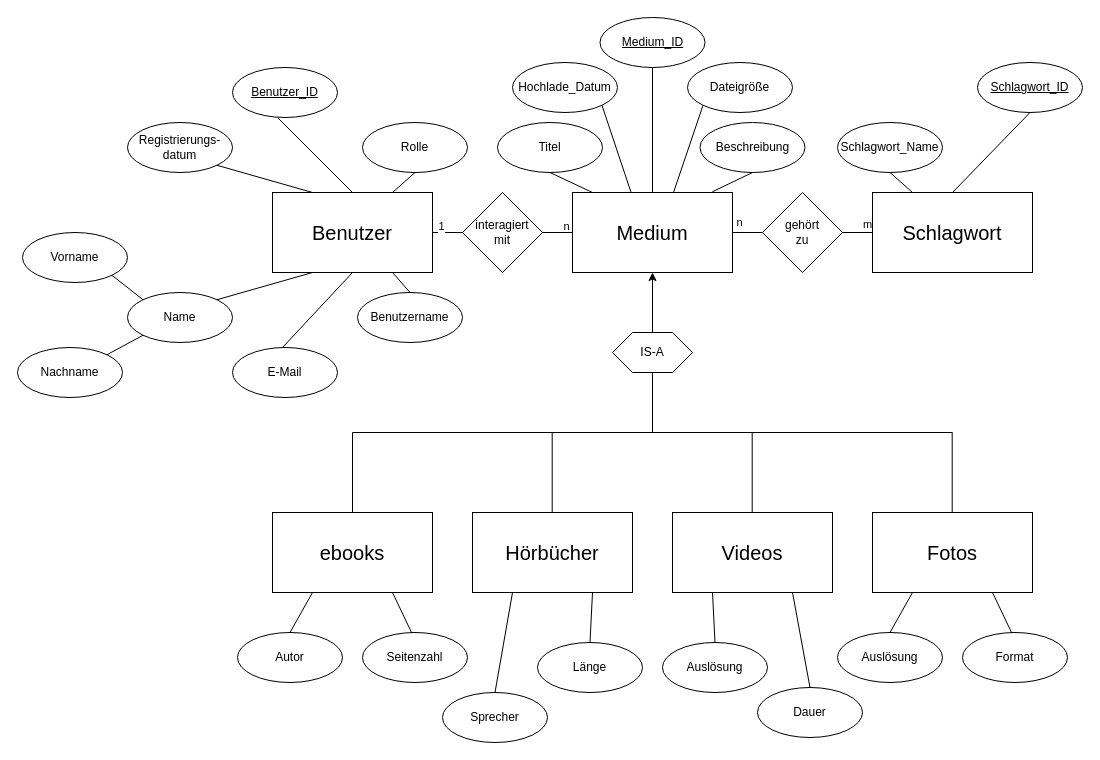
Earlier version of the draw.io diagram Diagramme/ER-Diagramm.drawio (Kaktussaft/Mediendatenbank-broken). Source tidied: cells renumbered, new cells numbered last; positions are measured from the earlier drawing's top-left corner, leaving out a move shared by most shapes. Both pictures are drawn from the tidied source at 100%, with x=0, y=0 at pixel (17, 17).
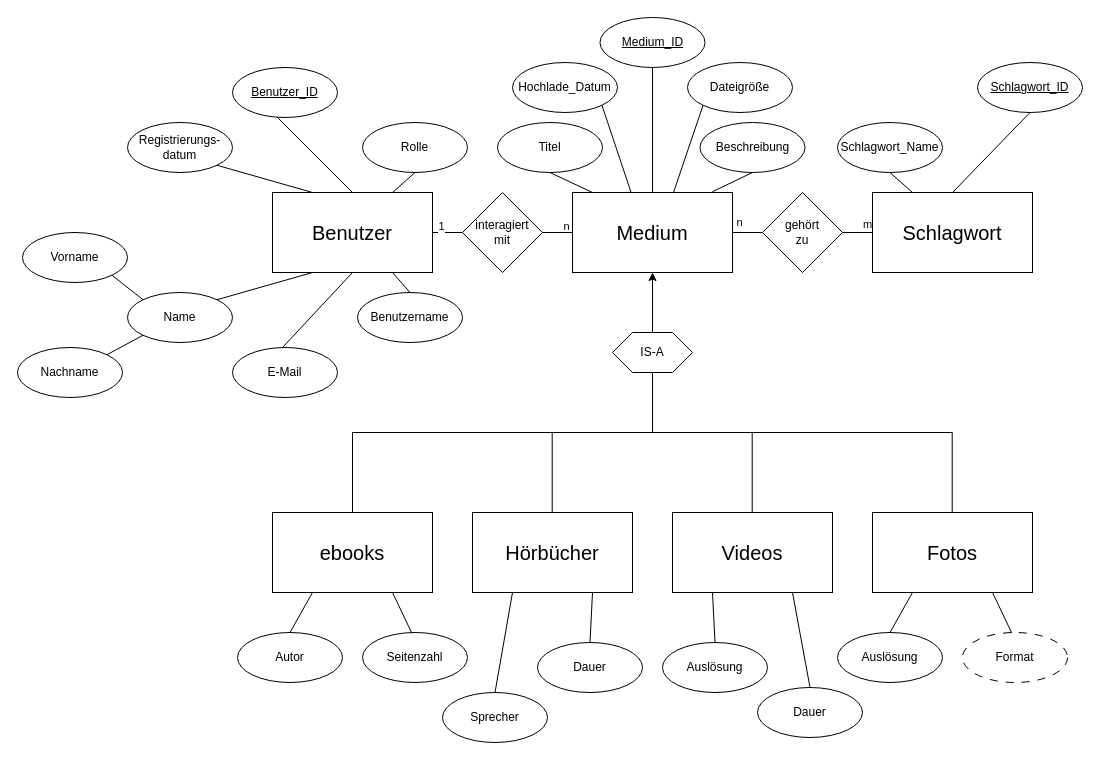
The same diagram, later.

Commit message:
Format in abgeleitetes Attribut geändert

What changed in the source:
```diff
@@
-    <mxCell id="39" value="Länge" style="ellipse;whiteSpace=wrap;html=1;" parent="1" vertex="1">
+    <mxCell id="39" value="Dauer" style="ellipse;whiteSpace=wrap;html=1;" parent="1" vertex="1">
       <mxGeometry x="520" y="625" width="105" height="50" as="geometry" />
     </mxCell>
@@
-    <mxCell id="48" value="Format" style="ellipse;whiteSpace=wrap;html=1;" parent="1" vertex="1">
+    <mxCell id="48" value="Format" style="ellipse;whiteSpace=wrap;html=1;dashed=1;dashPattern=8 8;" parent="1" vertex="1">
       <mxGeometry x="945" y="615" width="105" height="50" as="geometry" />
     </mxCell>
```
